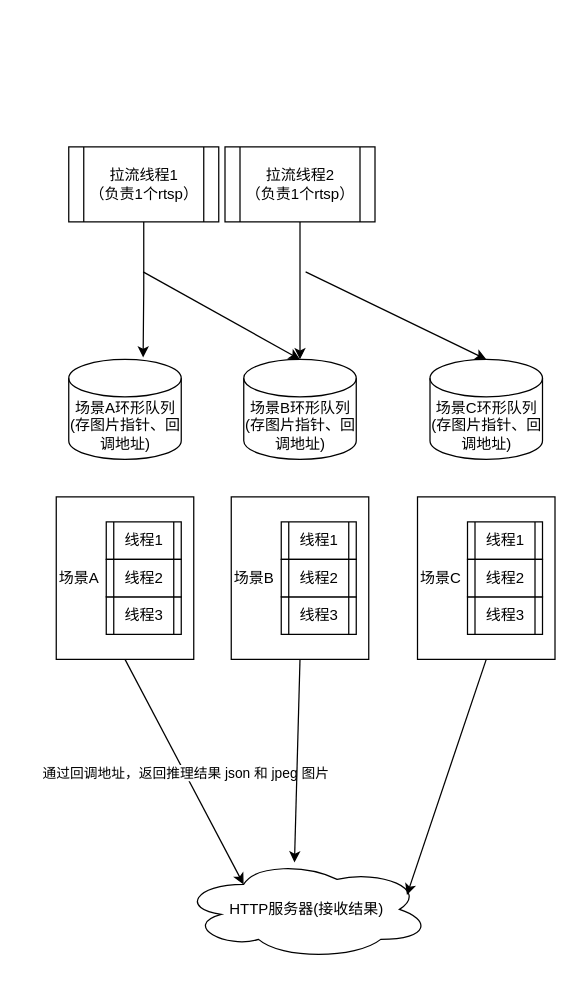
This is 未命名绘图.drawio from DaskiSnow/drawioFiles, a draw.io file, before an edit. Source tidied: cells renumbered, new cells numbered last; positions are measured from the earlier drawing's top-left corner, leaving out a move shared by most shapes. Both pictures are drawn from the tidied source at 125%, with x=0, y=0 at pixel (55, 146).
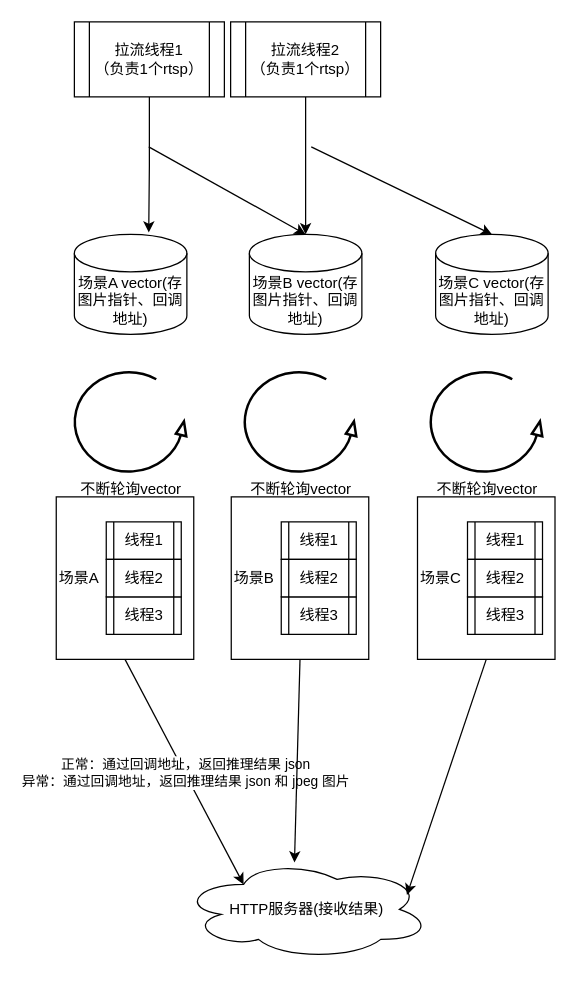
The same page after the edit.

The change refers to these unchanged cells:
```xml
<mxCell id="24" style="endArrow=classic;html=1;rounded=0;exitX=0.5;exitY=1;exitDx=0;exitDy=0;entryX=0.25;entryY=0.25;entryDx=0;entryDy=0;entryPerimeter=0;" parent="1" edge="1" source="7" target="23">
  <mxGeometry relative="1" as="geometry" />
</mxCell>
```

Diff of the diagram source:
```diff
@@
-    <mxCell id="2" value="场景A环形队列(存图片指针、回调地址)" style="shape=cylinder3;whiteSpace=wrap;html=1;boundedLbl=1;backgroundOutline=1;size=15;" parent="1" vertex="1">
-      <mxGeometry x="10.5" y="170" width="90" height="80" as="geometry" />
+    <mxCell id="2" value="场景A vector(存图片指针、回调地址)" style="shape=cylinder3;whiteSpace=wrap;html=1;boundedLbl=1;backgroundOutline=1;size=15;" parent="1" vertex="1">
+      <mxGeometry x="15" y="70" width="90" height="80" as="geometry" />
     </mxCell>
     <mxCell id="3" value="拉流线程1&lt;br&gt;（负责1个rtsp）" style="shape=process;whiteSpace=wrap;html=1;backgroundOutline=1;" parent="1" vertex="1">
-      <mxGeometry x="10.5" width="120" height="60" as="geometry" />
+      <mxGeometry x="15" y="-100" width="120" height="60" as="geometry" />
     </mxCell>
@@
-    <mxCell id="16" value="场景B环形队列(存图片指针、回调地址)" style="shape=cylinder3;whiteSpace=wrap;html=1;boundedLbl=1;backgroundOutline=1;size=15;" parent="1" vertex="1">
-      <mxGeometry x="150.5" y="170" width="90" height="80" as="geometry" />
+    <mxCell id="16" value="场景B vector(存图片指针、回调地址)" style="shape=cylinder3;whiteSpace=wrap;html=1;boundedLbl=1;backgroundOutline=1;size=15;" parent="1" vertex="1">
+      <mxGeometry x="155" y="70" width="90" height="80" as="geometry" />
     </mxCell>
-    <mxCell id="17" value="场景C环形队列(存图片指针、回调地址)" style="shape=cylinder3;whiteSpace=wrap;html=1;boundedLbl=1;backgroundOutline=1;size=15;" parent="1" vertex="1">
-      <mxGeometry x="299.5" y="170" width="90" height="80" as="geometry" />
+    <mxCell id="17" value="场景C vector(存图片指针、回调地址)" style="shape=cylinder3;whiteSpace=wrap;html=1;boundedLbl=1;backgroundOutline=1;size=15;" parent="1" vertex="1">
+      <mxGeometry x="304" y="70" width="90" height="80" as="geometry" />
     </mxCell>
     <mxCell id="18" value="拉流线程2&lt;br&gt;（负责1个rtsp）" style="shape=process;whiteSpace=wrap;html=1;backgroundOutline=1;" parent="1" vertex="1">
-      <mxGeometry x="135.5" width="120" height="60" as="geometry" />
+      <mxGeometry x="140" y="-100" width="120" height="60" as="geometry" />
     </mxCell>
@@
     <mxCell id="20" style="endArrow=classic;html=1;rounded=0;entryX=0.5;entryY=0;entryDx=0;entryDy=0;entryPerimeter=0;" parent="1" edge="1" target="16">
       <mxGeometry relative="1" as="geometry">
-        <mxPoint x="70" y="100" as="sourcePoint" />
+        <mxPoint x="74.5" as="sourcePoint" />
       </mxGeometry>
     </mxCell>
@@
     <mxCell id="22" style="endArrow=classic;html=1;rounded=0;entryX=0.5;entryY=0;entryDx=0;entryDy=0;entryPerimeter=0;" parent="1" edge="1" target="17">
       <mxGeometry relative="1" as="geometry">
-        <mxPoint x="200" y="100" as="sourcePoint" />
+        <mxPoint x="204.5" as="sourcePoint" />
       </mxGeometry>
     </mxCell>
@@
-    <mxCell id="25" value="通过回调地址，返回推理结果 json 和 jpeg 图片" style="edgeLabel;html=1;align=center;verticalAlign=middle;" parent="24" vertex="1">
+    <mxCell id="25" value="正常：通过回调地址，返回推理结果 json&lt;br&gt;异常：通过回调地址，返回推理结果 json 和 jpeg 图片" style="edgeLabel;html=1;align=center;verticalAlign=middle;" parent="24" vertex="1">
       <mxGeometry relative="1" as="geometry" />
     </mxCell>
@@
+    <mxCell id="28" value="不断轮询vector" style="verticalLabelPosition=bottom;html=1;verticalAlign=top;strokeWidth=2;shape=mxgraph.lean_mapping.physical_pull;" parent="1" vertex="1">
+      <mxGeometry x="151" y="180" width="89.5" height="80" as="geometry" />
+    </mxCell>
+    <mxCell id="29" value="不断轮询vector" style="verticalLabelPosition=bottom;html=1;verticalAlign=top;strokeWidth=2;shape=mxgraph.lean_mapping.physical_pull;" parent="1" vertex="1">
+      <mxGeometry x="15" y="180" width="89.5" height="80" as="geometry" />
+    </mxCell>
+    <mxCell id="30" value="不断轮询vector" style="verticalLabelPosition=bottom;html=1;verticalAlign=top;strokeWidth=2;shape=mxgraph.lean_mapping.physical_pull;" parent="1" vertex="1">
+      <mxGeometry x="299.8" y="180" width="89.5" height="80" as="geometry" />
+    </mxCell>
```
